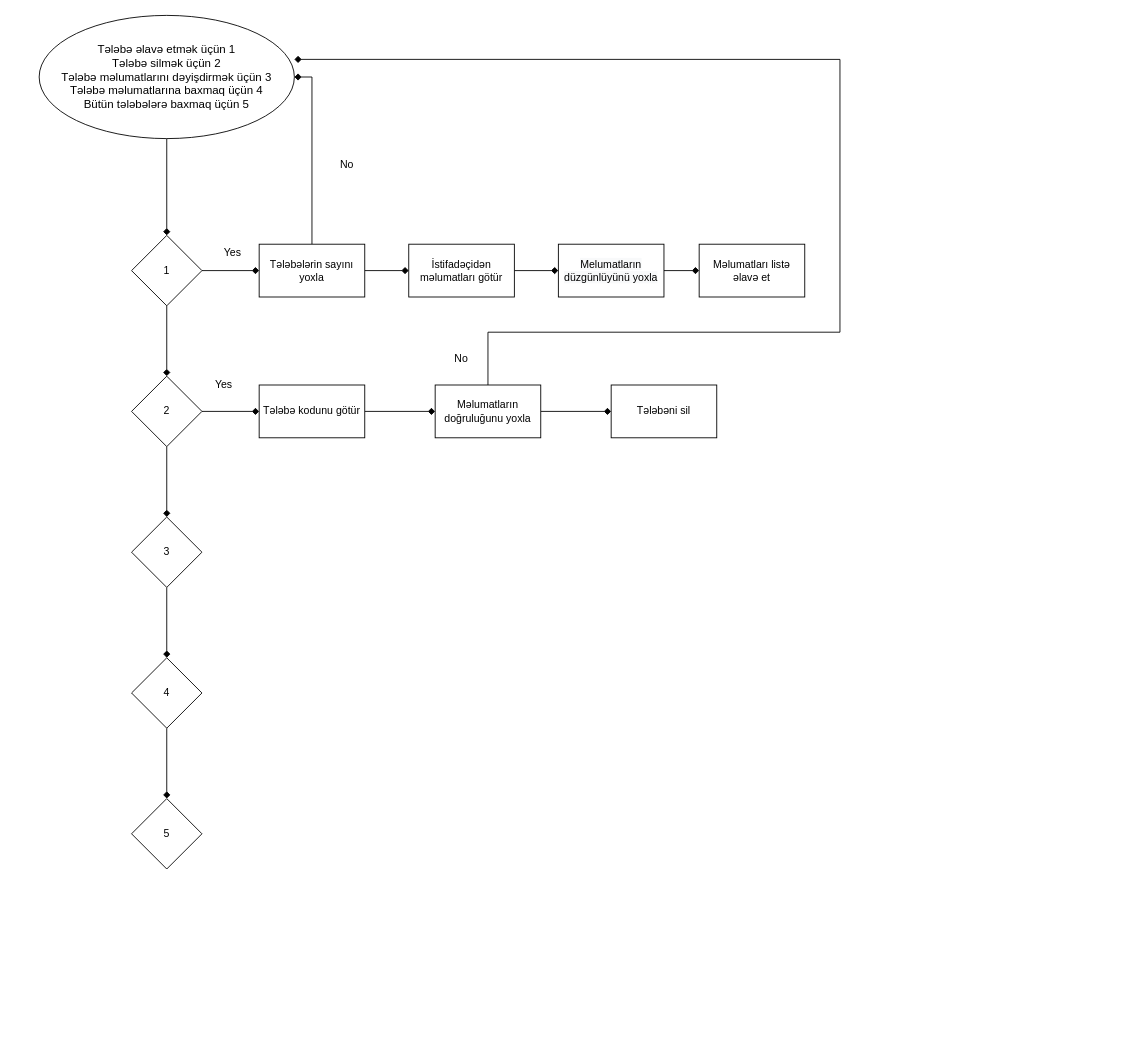
Above: Untitled Diagram.drawio in glnrsmylv/StudentManagement (draw.io), before the change. Source tidied: cells renumbered, new cells numbered last; positions are measured from the earlier drawing's top-left corner, leaving out a move shared by most shapes. Both pictures are drawn from the tidied source at 88%, with x=0, y=0 at pixel (39, 15).
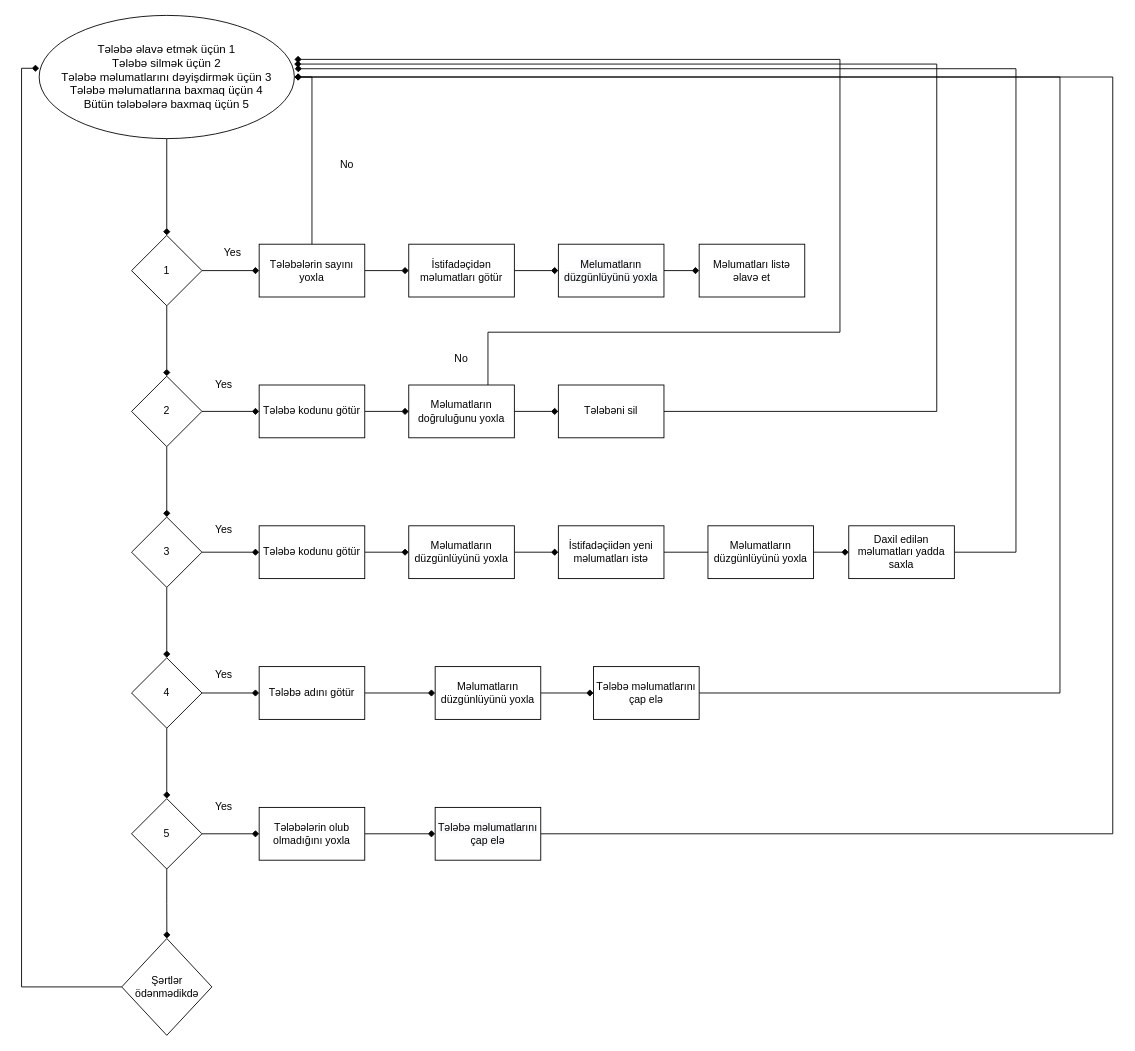
After the change.

The change refers to these unchanged cells:
```xml
<mxCell id="4" value="&#10;&#10;&lt;span style=&quot;color: rgb(0, 0, 0); font-family: helvetica; font-style: normal; font-weight: 400; letter-spacing: normal; text-align: center; text-indent: 0px; text-transform: none; word-spacing: 0px; font-size: 13.0667px; background-color: rgb(255, 255, 255);&quot;&gt;Tələbə əlavə etmək üçün 1&lt;br&gt;&lt;/span&gt;&lt;span style=&quot;color: rgb(0, 0, 0); font-family: helvetica; font-style: normal; font-weight: 400; letter-spacing: normal; text-align: center; text-indent: 0px; text-transform: none; word-spacing: 0px; font-size: 13.0667px; background-color: rgb(255, 255, 255);&quot;&gt;Tələbə silmək üçün 2&lt;br&gt;&lt;/span&gt;&lt;span style=&quot;color: rgb(0, 0, 0); font-family: helvetica; font-style: normal; font-weight: 400; letter-spacing: normal; text-align: center; text-indent: 0px; text-transform: none; word-spacing: 0px; font-size: 13.0667px; background-color: rgb(255, 255, 255);&quot;&gt;Tələbə məlumatlarını dəyişdirmək üçün 3&lt;br&gt;&lt;/span&gt;&lt;span style=&quot;color: rgb(0, 0, 0); font-family: helvetica; font-style: normal; font-weight: 400; letter-spacing: normal; text-align: center; text-indent: 0px; text-transform: none; word-spacing: 0px; font-size: 13.0667px; background-color: rgb(255, 255, 255);&quot;&gt;Tələbə məlumatlarına baxmaq üçün 4&lt;br&gt;&lt;/span&gt;&lt;span style=&quot;color: rgb(0, 0, 0); font-family: helvetica; font-style: normal; font-weight: 400; letter-spacing: normal; text-align: center; text-indent: 0px; text-transform: none; word-spacing: 0px; font-size: 13.0667px; background-color: rgb(255, 255, 255);&quot;&gt;Bütün tələbələrə baxmaq üçün 5&lt;/span&gt;&#10;&#10;" style="ellipse;whiteSpace=wrap;html=1;" parent="1" vertex="1">
  <mxGeometry width="290" height="140" as="geometry" />
</mxCell>
<mxCell id="17" value="3" style="rhombus;whiteSpace=wrap;html=1;" parent="1" vertex="1">
  <mxGeometry x="105" y="570" width="80" height="80" as="geometry" />
</mxCell>
<mxCell id="19" value="4" style="rhombus;whiteSpace=wrap;html=1;" parent="1" vertex="1">
  <mxGeometry x="105" y="730" width="80" height="80" as="geometry" />
</mxCell>
<mxCell id="20" value="5" style="rhombus;whiteSpace=wrap;html=1;" parent="1" vertex="1">
  <mxGeometry x="105" y="890" width="80" height="80" as="geometry" />
</mxCell>
```

Diff of the diagram source:
```diff
@@
+    <mxCell id="34" style="edgeStyle=orthogonalEdgeStyle;rounded=0;jettySize=auto;html=1;endArrow=diamond;endFill=1;strokeColor=#000000;" parent="1" edge="1" source="17" target="40">
+      <mxGeometry relative="1" as="geometry" />
+    </mxCell>
@@
+    <mxCell id="35" style="edgeStyle=orthogonalEdgeStyle;rounded=0;jettySize=auto;html=1;endArrow=diamond;endFill=1;strokeColor=#000000;" parent="1" edge="1" source="19" target="48">
+      <mxGeometry relative="1" as="geometry" />
+    </mxCell>
@@
+    <mxCell id="36" style="edgeStyle=orthogonalEdgeStyle;rounded=0;jettySize=auto;html=1;entryX=0;entryY=0.5;entryDx=0;entryDy=0;endArrow=diamond;endFill=1;strokeColor=#000000;" parent="1" edge="1" source="20" target="55">
+      <mxGeometry relative="1" as="geometry" />
+    </mxCell>
+    <mxCell id="37" style="edgeStyle=orthogonalEdgeStyle;rounded=0;jettySize=auto;html=1;endArrow=diamond;endFill=1;strokeColor=#000000;" parent="1" edge="1" source="20" target="63">
+      <mxGeometry relative="1" as="geometry" />
+    </mxCell>
@@
     <mxCell id="29" value="Məlumatların doğruluğunu yoxla" style="whiteSpace=wrap;html=1;" parent="1" vertex="1">
-      <mxGeometry x="450" y="420" width="120" height="60" as="geometry" />
+      <mxGeometry x="420" y="420" width="120" height="60" as="geometry" />
     </mxCell>
+    <mxCell id="38" style="edgeStyle=orthogonalEdgeStyle;rounded=0;jettySize=auto;html=1;entryX=0.999;entryY=0.395;entryDx=0;entryDy=0;entryPerimeter=0;endArrow=diamond;endFill=1;strokeColor=#000000;" parent="1" edge="1" source="30" target="4">
+      <mxGeometry relative="1" as="geometry">
+        <Array as="points">
+          <mxPoint x="1020" y="450" />
+          <mxPoint x="1020" y="55" />
+        </Array>
+      </mxGeometry>
+    </mxCell>
     <mxCell id="30" value="Tələbəni sil" style="whiteSpace=wrap;html=1;" parent="1" vertex="1">
-      <mxGeometry x="650" y="420" width="120" height="60" as="geometry" />
+      <mxGeometry x="590" y="420" width="120" height="60" as="geometry" />
     </mxCell>
@@
+    <mxCell id="39" style="edgeStyle=orthogonalEdgeStyle;rounded=0;jettySize=auto;html=1;endArrow=diamond;endFill=1;strokeColor=#000000;" parent="1" edge="1" source="40" target="42">
+      <mxGeometry relative="1" as="geometry" />
+    </mxCell>
+    <mxCell id="40" value="Tələbə kodunu götür" style="whiteSpace=wrap;html=1;" parent="1" vertex="1">
+      <mxGeometry x="250" y="580" width="120" height="60" as="geometry" />
+    </mxCell>
+    <mxCell id="41" style="edgeStyle=orthogonalEdgeStyle;rounded=0;jettySize=auto;html=1;endArrow=diamond;endFill=1;strokeColor=#000000;" parent="1" edge="1" source="42" target="44">
+      <mxGeometry relative="1" as="geometry" />
+    </mxCell>
+    <mxCell id="42" value="Məlumatların düzgünlüyünü yoxla" style="whiteSpace=wrap;html=1;" parent="1" vertex="1">
+      <mxGeometry x="420" y="580" width="120" height="60" as="geometry" />
+    </mxCell>
+    <mxCell id="43" style="edgeStyle=orthogonalEdgeStyle;rounded=0;jettySize=auto;html=1;endArrow=diamond;endFill=1;strokeColor=#000000;" parent="1" edge="1" source="44" target="46">
+      <mxGeometry relative="1" as="geometry" />
+    </mxCell>
+    <mxCell id="44" value="İstifadəçiidən yeni məlumatları istə" style="whiteSpace=wrap;html=1;" parent="1" vertex="1">
+      <mxGeometry x="590" y="580" width="120" height="60" as="geometry" />
+    </mxCell>
+    <mxCell id="45" style="edgeStyle=orthogonalEdgeStyle;rounded=0;jettySize=auto;html=1;entryX=1.001;entryY=0.433;entryDx=0;entryDy=0;entryPerimeter=0;endArrow=diamond;endFill=1;strokeColor=#000000;" parent="1" edge="1" source="46" target="4">
+      <mxGeometry relative="1" as="geometry">
+        <Array as="points">
+          <mxPoint x="1110" y="610" />
+          <mxPoint x="1110" y="61" />
+        </Array>
+      </mxGeometry>
+    </mxCell>
+    <mxCell id="46" value="Daxil edilən məlumatları yadda saxla" style="whiteSpace=wrap;html=1;" parent="1" vertex="1">
+      <mxGeometry x="920" y="580" width="120" height="60" as="geometry" />
+    </mxCell>
+    <mxCell id="47" style="edgeStyle=orthogonalEdgeStyle;rounded=0;jettySize=auto;html=1;endArrow=diamond;endFill=1;strokeColor=#000000;" parent="1" edge="1" source="48" target="50">
+      <mxGeometry relative="1" as="geometry" />
+    </mxCell>
+    <mxCell id="48" value="Tələbə adını götür" style="whiteSpace=wrap;html=1;" parent="1" vertex="1">
+      <mxGeometry x="250" y="740" width="120" height="60" as="geometry" />
+    </mxCell>
+    <mxCell id="49" style="edgeStyle=orthogonalEdgeStyle;rounded=0;jettySize=auto;html=1;endArrow=diamond;endFill=1;strokeColor=#000000;" parent="1" edge="1" source="50" target="53">
+      <mxGeometry relative="1" as="geometry" />
+    </mxCell>
+    <mxCell id="50" value="Məlumatların düzgünlüyünü yoxla" style="whiteSpace=wrap;html=1;" parent="1" vertex="1">
+      <mxGeometry x="450" y="740" width="120" height="60" as="geometry" />
+    </mxCell>
+    <mxCell id="51" value="Məlumatların düzgünlüyünü yoxla" style="whiteSpace=wrap;html=1;" parent="1" vertex="1">
+      <mxGeometry x="760" y="580" width="120" height="60" as="geometry" />
+    </mxCell>
+    <mxCell id="52" style="edgeStyle=orthogonalEdgeStyle;rounded=0;jettySize=auto;html=1;entryX=1;entryY=0.5;entryDx=0;entryDy=0;endArrow=diamond;endFill=1;strokeColor=#000000;" parent="1" edge="1" source="53" target="4">
+      <mxGeometry relative="1" as="geometry">
+        <Array as="points">
+          <mxPoint x="1160" y="770" />
+          <mxPoint x="1160" y="70" />
+        </Array>
+      </mxGeometry>
+    </mxCell>
+    <mxCell id="53" value="Tələbə məlumatlarını çap elə" style="whiteSpace=wrap;html=1;" parent="1" vertex="1">
+      <mxGeometry x="630" y="740" width="120" height="60" as="geometry" />
+    </mxCell>
+    <mxCell id="54" style="edgeStyle=orthogonalEdgeStyle;rounded=0;jettySize=auto;html=1;endArrow=diamond;endFill=1;strokeColor=#000000;" parent="1" edge="1" source="55" target="57">
+      <mxGeometry relative="1" as="geometry" />
+    </mxCell>
+    <mxCell id="55" value="Tələbələrin olub olmadığını yoxla" style="whiteSpace=wrap;html=1;" parent="1" vertex="1">
+      <mxGeometry x="250" y="900" width="120" height="60" as="geometry" />
+    </mxCell>
+    <mxCell id="56" style="edgeStyle=orthogonalEdgeStyle;rounded=0;jettySize=auto;html=1;entryX=1;entryY=0.5;entryDx=0;entryDy=0;endArrow=diamond;endFill=1;strokeColor=#000000;" parent="1" edge="1" source="57" target="4">
+      <mxGeometry relative="1" as="geometry">
+        <Array as="points">
+          <mxPoint x="1220" y="930" />
+          <mxPoint x="1220" y="70" />
+        </Array>
+      </mxGeometry>
+    </mxCell>
+    <mxCell id="57" value="&#10;&#10;&lt;span style=&quot;color: rgb(0, 0, 0); font-family: helvetica; font-size: 12px; font-style: normal; font-weight: 400; letter-spacing: normal; text-align: center; text-indent: 0px; text-transform: none; word-spacing: 0px; background-color: rgb(248, 249, 250); display: inline; float: none;&quot;&gt;Tələbə məlumatlarını çap elə&lt;/span&gt;&#10;&#10;" style="whiteSpace=wrap;html=1;" parent="1" vertex="1">
+      <mxGeometry x="450" y="900" width="120" height="60" as="geometry" />
+    </mxCell>
+    <mxCell id="58" value="Yes" style="text;html=1;strokeColor=none;fillColor=none;align=center;verticalAlign=middle;whiteSpace=wrap;rounded=0;" parent="1" vertex="1">
+      <mxGeometry x="190" y="575" width="40" height="20" as="geometry" />
+    </mxCell>
+    <mxCell id="59" value="Yes" style="text;html=1;strokeColor=none;fillColor=none;align=center;verticalAlign=middle;whiteSpace=wrap;rounded=0;" parent="1" vertex="1">
+      <mxGeometry x="190" y="740" width="40" height="20" as="geometry" />
+    </mxCell>
+    <mxCell id="60" value="Yes" style="text;html=1;strokeColor=none;fillColor=none;align=center;verticalAlign=middle;whiteSpace=wrap;rounded=0;" parent="1" vertex="1">
+      <mxGeometry x="190" y="890" width="40" height="20" as="geometry" />
+    </mxCell>
+    <mxCell id="61" style="edgeStyle=orthogonalEdgeStyle;rounded=0;orthogonalLoop=1;jettySize=auto;html=1;exitX=0.5;exitY=1;exitDx=0;exitDy=0;endArrow=diamond;endFill=1;strokeColor=#000000;" parent="1" edge="1">
+      <mxGeometry relative="1" as="geometry">
+        <mxPoint x="200" y="1000" as="sourcePoint" />
+        <mxPoint x="200" y="1000" as="targetPoint" />
+      </mxGeometry>
+    </mxCell>
+    <mxCell id="62" style="edgeStyle=orthogonalEdgeStyle;rounded=0;jettySize=auto;html=1;endArrow=diamond;endFill=1;strokeColor=#000000;entryX=0;entryY=0.429;entryDx=0;entryDy=0;entryPerimeter=0;" parent="1" edge="1" source="63" target="4">
+      <mxGeometry relative="1" as="geometry">
+        <Array as="points">
+          <mxPoint x="-20" y="1104" />
+          <mxPoint x="-20" y="60" />
+        </Array>
+      </mxGeometry>
+    </mxCell>
+    <mxCell id="63" value="Şərtlər ödənmədikdə" style="rhombus;whiteSpace=wrap;html=1;" parent="1" vertex="1">
+      <mxGeometry x="93.8" y="1049" width="102.5" height="110" as="geometry" />
+    </mxCell>
```
